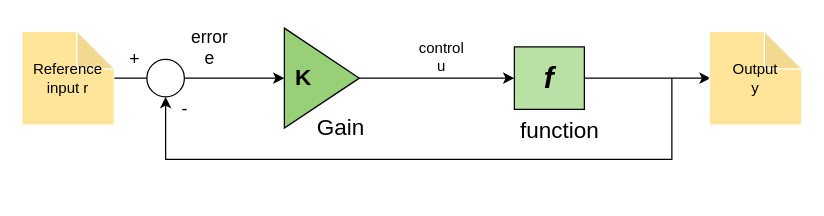
This is clcs1.drawio from ciniks117/diagrams, a draw.io file, before an edit. Source tidied: cells renumbered, new cells numbered last; positions are measured from the earlier drawing's top-left corner, leaving out a move shared by most shapes. Both pictures are drawn from the tidied source at 125%, with x=0, y=0 at pixel (21, 21).
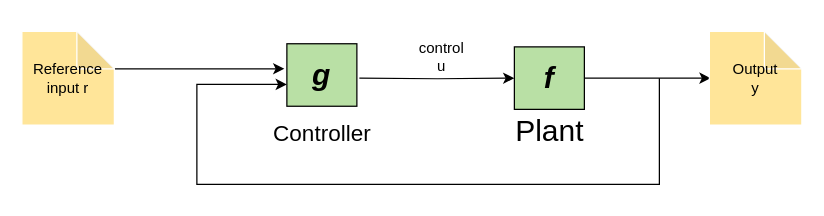
The same diagram, later.

The change refers to these unchanged cells:
```xml
<mxCell id="4" value="&lt;div&gt;Reference&lt;/div&gt;&lt;div&gt;input r&lt;br&gt;&lt;/div&gt;" style="shape=note;whiteSpace=wrap;html=1;backgroundOutline=1;darkOpacity=0.05;fillColor=#FFE599;strokeColor=#FFFFFF;" parent="1" vertex="1">
  <mxGeometry y="7.5" width="74" height="75" as="geometry" />
</mxCell>
<mxCell id="6" value="&lt;i&gt;&lt;b&gt;&lt;font style=&quot;font-size: 24px&quot;&gt;f&lt;/font&gt;&lt;/b&gt;&lt;/i&gt;" style="rounded=0;whiteSpace=wrap;html=1;fillColor=#B9E0A5;" parent="1" vertex="1">
  <mxGeometry x="394" y="20" width="56" height="50" as="geometry" />
</mxCell>
```

The edit, as a diff of the source:
```diff
@@
-    <mxCell id="2" style="edgeStyle=orthogonalEdgeStyle;rounded=0;jettySize=auto;html=1;entryX=0;entryY=0.5;entryDx=0;entryDy=0;" parent="1" edge="1" source="15" target="6">
-      <mxGeometry relative="1" as="geometry" />
+    <mxCell id="2" style="edgeStyle=orthogonalEdgeStyle;rounded=0;jettySize=auto;html=1;entryX=0;entryY=0.5;entryDx=0;entryDy=0;" parent="1" edge="1" target="6">
+      <mxGeometry relative="1" as="geometry">
+        <mxPoint x="270" y="45" as="sourcePoint" />
+      </mxGeometry>
     </mxCell>
-    <mxCell id="3" style="edgeStyle=orthogonalEdgeStyle;rounded=0;jettySize=auto;html=1;startArrow=none;entryX=0;entryY=0.5;entryDx=0;entryDy=0;" parent="1" edge="1" source="10" target="15">
-      <mxGeometry relative="1" as="geometry" />
+    <mxCell id="3" style="edgeStyle=orthogonalEdgeStyle;rounded=0;jettySize=auto;html=1;startArrow=none;entryX=0;entryY=0.5;entryDx=0;entryDy=0;exitX=0;exitY=0;exitDx=74;exitDy=30;exitPerimeter=0;" parent="1" edge="1" source="4">
+      <mxGeometry relative="1" as="geometry">
+        <mxPoint x="210" y="37.5" as="targetPoint" />
+      </mxGeometry>
     </mxCell>
@@
-    <mxCell id="9" style="edgeStyle=elbowEdgeStyle;elbow=vertical;endArrow=classic;html=1;rounded=0;fontSize=14;" parent="1" edge="1" target="10">
-      <mxGeometry relative="1" as="geometry">
-        <mxPoint x="520" y="45" as="sourcePoint" />
-        <Array as="points">
-          <mxPoint x="300" y="110" />
-          <mxPoint x="550" y="130" />
-        </Array>
-      </mxGeometry>
-    </mxCell>
-    <mxCell id="10" style="ellipse;whiteSpace=wrap;html=1;fontSize=14;" parent="1" vertex="1">
-      <mxGeometry x="100" y="30" width="30" height="30" as="geometry" />
-    </mxCell>
-    <mxCell id="11" style="edgeStyle=orthogonalEdgeStyle;rounded=0;jettySize=auto;html=1;endArrow=none;" parent="1" edge="1" source="4" target="10">
-      <mxGeometry relative="1" as="geometry" />
-    </mxCell>
-    <mxCell id="12" value="&lt;div&gt;error&lt;/div&gt;&lt;div&gt;e&lt;br&gt;&lt;/div&gt;" style="text;html=1;align=center;verticalAlign=middle;strokeColor=none;fillColor=none;fontSize=14;" parent="1" vertex="1">
-      <mxGeometry x="130" width="40" height="40" as="geometry" />
-    </mxCell>
-    <mxCell id="13" value="-" style="text;html=1;align=center;verticalAlign=middle;strokeColor=none;fillColor=none;fontSize=14;" parent="1" vertex="1">
-      <mxGeometry x="120" y="60" width="20" height="20" as="geometry" />
-    </mxCell>
-    <mxCell id="14" value="+" style="text;html=1;align=center;verticalAlign=middle;strokeColor=none;fillColor=none;fontSize=14;" parent="1" vertex="1">
-      <mxGeometry x="80" y="20" width="20" height="20" as="geometry" />
-    </mxCell>
-    <mxCell id="15" style="triangle;whiteSpace=wrap;html=1;fillColor=#97D077;" parent="1" vertex="1">
-      <mxGeometry x="210" y="5" width="60" height="80" as="geometry" />
-    </mxCell>
-    <mxCell id="16" value="Gain" style="text;html=1;align=center;verticalAlign=middle;strokeColor=none;fillColor=none;fontSize=18;" parent="1" vertex="1">
-      <mxGeometry x="230" y="70" width="50" height="30" as="geometry" />
+    <mxCell id="16" value="Controller" style="text;html=1;align=center;verticalAlign=middle;strokeColor=none;fillColor=none;fontSize=18;" parent="1" vertex="1">
+      <mxGeometry x="195" y="75" width="90" height="30" as="geometry" />
     </mxCell>
-    <mxCell id="17" value="&lt;font style=&quot;font-size: 18px&quot;&gt;function&lt;/font&gt;" style="text;html=1;align=center;verticalAlign=middle;strokeColor=none;fillColor=none;fontSize=24;" parent="1" vertex="1">
-      <mxGeometry x="390" y="65" width="80" height="40" as="geometry" />
+    <mxCell id="17" value="Plant" style="text;html=1;align=center;verticalAlign=middle;strokeColor=none;fillColor=none;fontSize=24;" parent="1" vertex="1">
+      <mxGeometry x="387" y="72.5" width="70" height="30" as="geometry" />
     </mxCell>
-    <mxCell id="18" value="&lt;b&gt;K&lt;/b&gt;" style="text;html=1;align=center;verticalAlign=middle;strokeColor=none;fillColor=none;fontSize=18;" parent="1" vertex="1">
-      <mxGeometry x="210" y="30" width="30" height="30" as="geometry" />
-    </mxCell>
+    <mxCell id="19" value="&lt;i&gt;&lt;b&gt;&lt;font style=&quot;font-size: 24px&quot;&gt;g&lt;/font&gt;&lt;/b&gt;&lt;/i&gt;" style="rounded=0;whiteSpace=wrap;html=1;fillColor=#B9E0A5;" parent="1" vertex="1">
+      <mxGeometry x="212" y="17.5" width="56" height="50" as="geometry" />
+    </mxCell>
+    <mxCell id="20" style="endArrow=classic;html=1;rounded=0;elbow=vertical;entryX=0;entryY=0.75;entryDx=0;entryDy=0;" parent="1" edge="1">
+      <mxGeometry relative="1" as="geometry">
+        <mxPoint x="510" y="45" as="sourcePoint" />
+        <mxPoint x="212" y="50" as="targetPoint" />
+        <Array as="points">
+          <mxPoint x="510" y="130" />
+          <mxPoint x="330" y="130" />
+          <mxPoint x="140" y="130" />
+          <mxPoint x="140" y="50" />
+        </Array>
+      </mxGeometry>
+    </mxCell>
```
